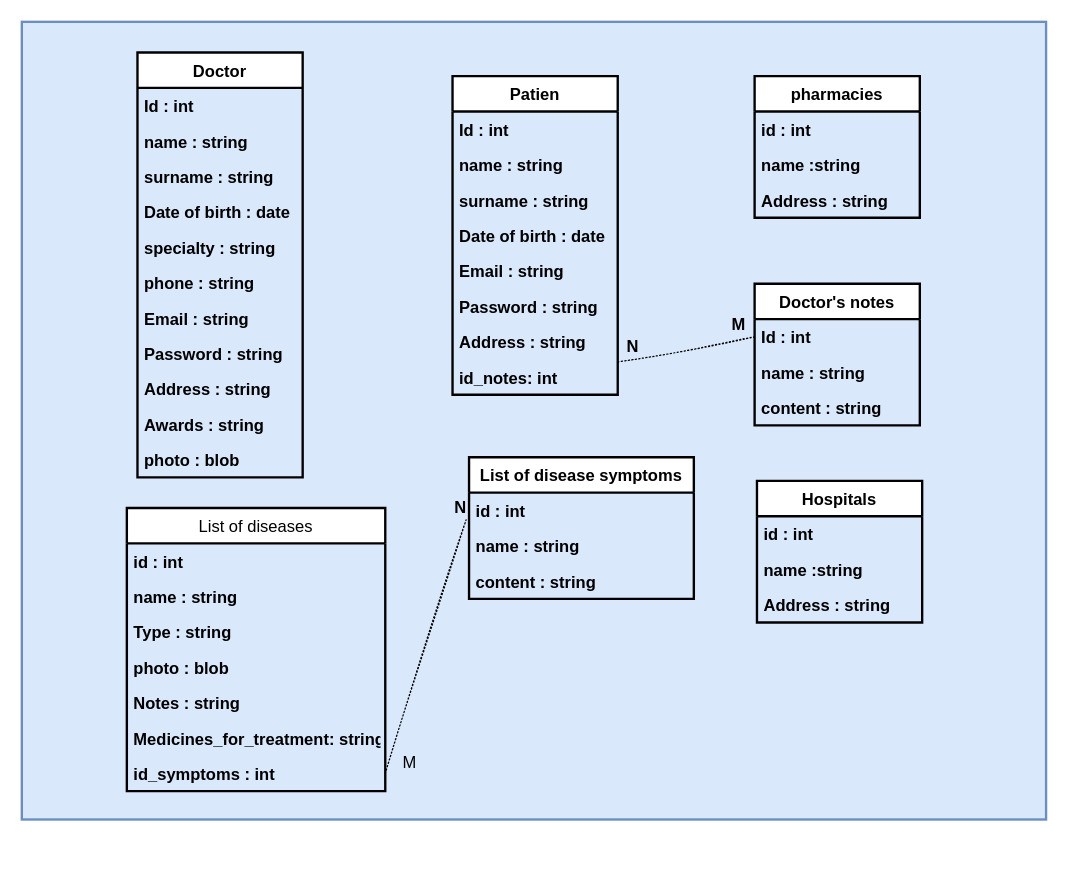
The draw.io diagram page "Page-2" (2 of 3) of Untitled Diagram.drawio in oussamanech/Git01, before the edit. Source tidied: cells renumbered, new cells numbered last; positions are measured from the earlier drawing's top-left corner, leaving out a move shared by most shapes. Both pictures are drawn from the tidied source at 118%, with x=0, y=0 at pixel (21, 21).
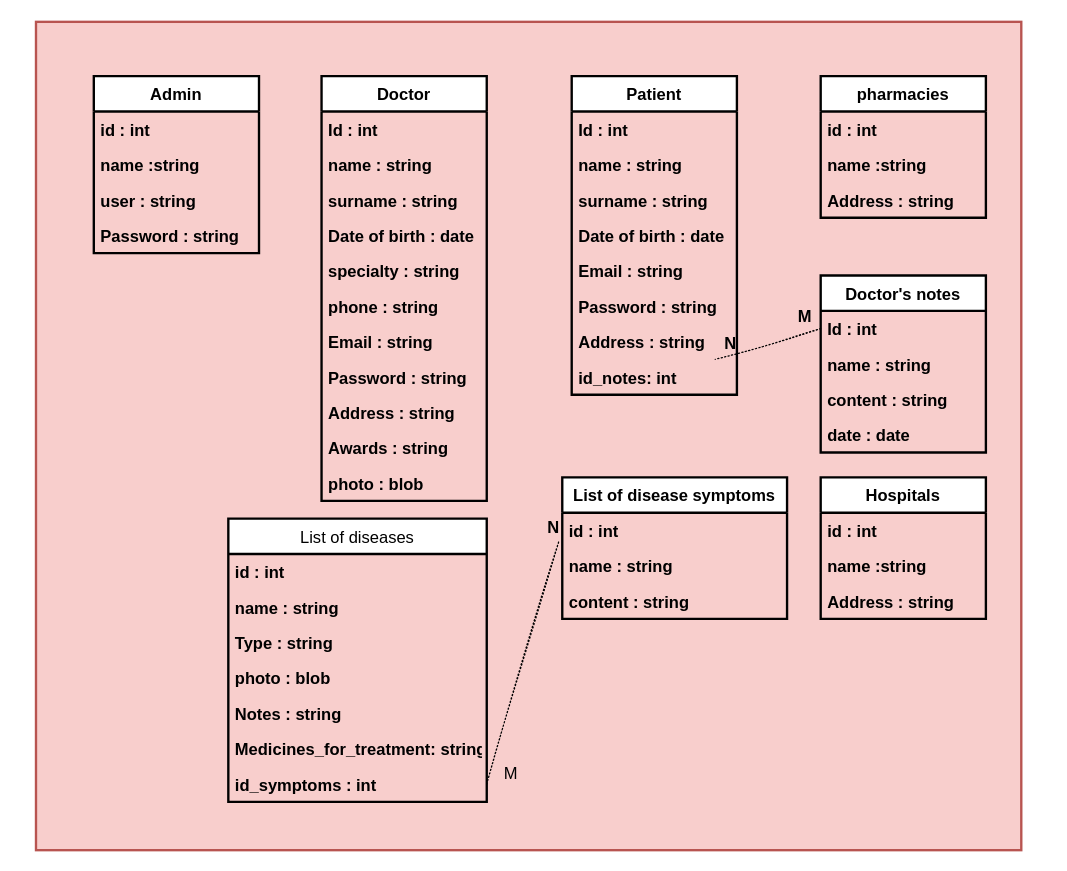
The same page after the edit.

What changed in the source:
```diff
@@
-    <mxCell id="2" style="rounded=0;whiteSpace=wrap;html=1;fontSize=14;strokeColor=#6c8ebf;strokeWidth=2;fillColor=#dae8fc;" parent="1" vertex="1">
-      <mxGeometry width="868" height="676" as="geometry" />
+    <mxCell id="2" style="rounded=0;whiteSpace=wrap;html=1;fontSize=14;strokeColor=#b85450;strokeWidth=2;fillColor=#f8cecc;" parent="1" vertex="1">
+      <mxGeometry x="12" width="835" height="702" as="geometry" />
     </mxCell>
-    <mxCell id="3" value="Patien" style="swimlane;fontStyle=1;horizontal=1;startSize=30;fontSize=14;strokeColor=#000000;strokeWidth=2;" parent="1" vertex="1">
-      <mxGeometry x="365" y="46" width="140" height="270" as="geometry" />
+    <mxCell id="3" value="Patient" style="swimlane;fontStyle=1;horizontal=1;startSize=30;fontSize=14;strokeColor=#000000;strokeWidth=2;" parent="1" vertex="1">
+      <mxGeometry x="466" y="46" width="140" height="270" as="geometry" />
     </mxCell>
@@
     <mxCell id="12" value="Doctor" style="swimlane;fontStyle=1;horizontal=1;startSize=30;fontSize=14;strokeColor=#000000;strokeWidth=2;" parent="1" vertex="1">
-      <mxGeometry x="98" y="26" width="140" height="360" as="geometry" />
+      <mxGeometry x="254" y="46" width="140" height="360" as="geometry" />
     </mxCell>
@@
     <mxCell id="24" value="Doctor's notes" style="swimlane;fontStyle=1;horizontal=1;startSize=30;fontSize=14;strokeColor=#000000;strokeWidth=2;" parent="1" vertex="1">
-      <mxGeometry x="621" y="222" width="140" height="120" as="geometry" />
+      <mxGeometry x="677" y="215" width="140" height="150" as="geometry" />
     </mxCell>
@@
+    <mxCell id="54" value="date : date" style="text;strokeColor=none;fillColor=none;align=left;verticalAlign=middle;spacingLeft=4;spacingRight=4;overflow=hidden;fontSize=14;fontStyle=1;" parent="24" vertex="1">
+      <mxGeometry y="120" width="140" height="30" as="geometry" />
+    </mxCell>
     <mxCell id="28" value="pharmacies" style="swimlane;fontStyle=1;horizontal=1;startSize=30;fontSize=14;strokeColor=#000000;strokeWidth=2;" parent="1" vertex="1">
-      <mxGeometry x="621" y="46" width="140" height="120" as="geometry" />
+      <mxGeometry x="677" y="46" width="140" height="120" as="geometry" />
     </mxCell>
@@
     <mxCell id="32" value="Hospitals" style="swimlane;fontStyle=1;horizontal=1;startSize=30;fontSize=14;strokeColor=#000000;strokeWidth=2;" parent="1" vertex="1">
-      <mxGeometry x="623" y="389" width="140" height="120" as="geometry" />
+      <mxGeometry x="677" y="386" width="140" height="120" as="geometry" />
     </mxCell>
@@
     <mxCell id="36" value="List of diseases" style="swimlane;fontStyle=0;horizontal=1;startSize=30;fontSize=14;strokeColor=#000000;strokeWidth=2;" parent="1" vertex="1">
-      <mxGeometry x="89" y="412" width="219" height="240" as="geometry" />
+      <mxGeometry x="175" y="421" width="219" height="240" as="geometry" />
     </mxCell>
@@
     <mxCell id="44" value="List of disease symptoms" style="swimlane;fontStyle=1;horizontal=1;startSize=30;fontSize=14;strokeColor=#000000;strokeWidth=2;" parent="1" vertex="1">
-      <mxGeometry x="379" y="369" width="190.5" height="120" as="geometry" />
+      <mxGeometry x="458" y="386" width="190.5" height="120" as="geometry" />
     </mxCell>
@@
+    <mxCell id="55" value="Admin" style="swimlane;fontStyle=1;horizontal=1;startSize=30;fontSize=14;strokeColor=#000000;strokeWidth=2;" parent="1" vertex="1">
+      <mxGeometry x="61" y="46" width="140" height="150" as="geometry" />
+    </mxCell>
+    <mxCell id="56" value="id : int" style="text;strokeColor=none;fillColor=none;align=left;verticalAlign=middle;spacingLeft=4;spacingRight=4;overflow=hidden;fontSize=14;fontStyle=1;" parent="55" vertex="1">
+      <mxGeometry y="30" width="140" height="30" as="geometry" />
+    </mxCell>
+    <mxCell id="57" value="name :string" style="text;strokeColor=none;fillColor=none;align=left;verticalAlign=middle;spacingLeft=4;spacingRight=4;overflow=hidden;fontSize=14;fontStyle=1;" parent="55" vertex="1">
+      <mxGeometry y="60" width="140" height="30" as="geometry" />
+    </mxCell>
+    <mxCell id="58" value="user : string" style="text;strokeColor=none;fillColor=none;align=left;verticalAlign=middle;spacingLeft=4;spacingRight=4;overflow=hidden;fontSize=14;fontStyle=1;" parent="55" vertex="1">
+      <mxGeometry y="90" width="140" height="30" as="geometry" />
+    </mxCell>
+    <mxCell id="59" value="Password : string" style="text;strokeColor=none;fillColor=none;align=left;verticalAlign=middle;spacingLeft=4;spacingRight=4;overflow=hidden;fontSize=14;fontStyle=1;" parent="55" vertex="1">
+      <mxGeometry y="120" width="140" height="30" as="geometry" />
+    </mxCell>
```
